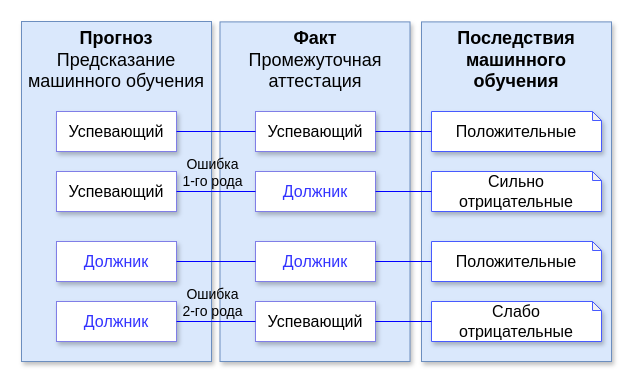
The draw.io diagram Этап Прогнозирования ТЭО 2.drawio in RuslanKudarov/diagrams, before the edit. Source tidied: cells renumbered, new cells numbered last; positions are measured from the earlier drawing's top-left corner, leaving out a move shared by most shapes. Both pictures are drawn from the tidied source at 100%, with x=0, y=0 at pixel (21, 21).
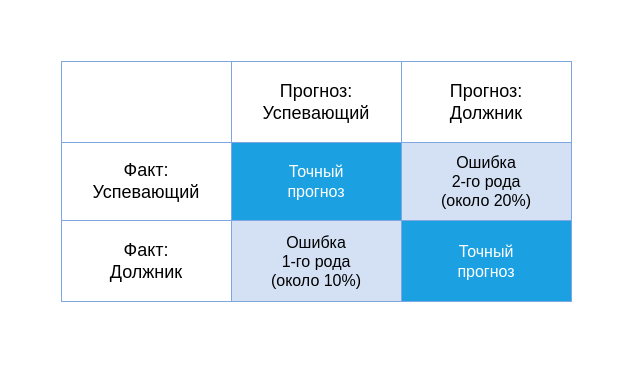
Above is the later version.

Diff of the diagram source:
```diff
@@
-    <mxCell id="2" value="&lt;font style=&quot;font-size: 18px;&quot; face=&quot;Calibri&quot;&gt;&lt;span style=&quot;&quot;&gt;&lt;b&gt;Факт&lt;/b&gt;&lt;br&gt;Промежуточная аттестация&lt;br&gt;&lt;/span&gt;&lt;/font&gt;" style="whiteSpace=wrap;html=1;fillColor=#dae8fc;fontSize=14;strokeColor=#6c8ebf;verticalAlign=top;shadow=1;" parent="1" vertex="1">
-      <mxGeometry x="198.5" y="0.4" width="190" height="339.6" as="geometry" />
-    </mxCell>
-    <mxCell id="3" value="&lt;font style=&quot;font-size: 18px;&quot; face=&quot;Calibri&quot;&gt;&lt;b&gt;Прогноз&lt;/b&gt;&lt;br&gt;Предсказание&lt;br&gt;машинного обучения&lt;br&gt;&lt;/font&gt;" style="whiteSpace=wrap;html=1;fillColor=#dae8fc;fontSize=14;strokeColor=#6c8ebf;verticalAlign=top;shadow=1;" parent="1" vertex="1">
-      <mxGeometry width="190" height="340" as="geometry" />
-    </mxCell>
-    <mxCell id="4" value="&lt;font style=&quot;font-size: 18px;&quot; face=&quot;Calibri&quot;&gt;&lt;span style=&quot;&quot;&gt;&lt;b&gt;Последствия машинного&lt;br&gt;обучения&lt;/b&gt;&lt;br&gt;&lt;/span&gt;&lt;/font&gt;" style="whiteSpace=wrap;html=1;fillColor=#dae8fc;fontSize=14;strokeColor=#6c8ebf;verticalAlign=top;shadow=1;" parent="1" vertex="1">
-      <mxGeometry x="400" y="0.4" width="190" height="339.6" as="geometry" />
-    </mxCell>
-    <mxCell id="5" value="&lt;font style=&quot;font-size: 16px;&quot; face=&quot;Calibri&quot;&gt;Должник&lt;/font&gt;" style="rounded=0;whiteSpace=wrap;html=1;strokeColor=#807ee7;shadow=1;fontColor=#3333FF;" parent="1" vertex="1">
-      <mxGeometry x="35" y="220" width="120" height="40" as="geometry" />
-    </mxCell>
-    <mxCell id="6" value="&lt;font style=&quot;font-size: 16px;&quot; face=&quot;Calibri&quot;&gt;Должник&lt;/font&gt;" style="rounded=0;whiteSpace=wrap;html=1;strokeColor=#807ee7;shadow=1;fontColor=#3333FF;" parent="1" vertex="1">
-      <mxGeometry x="234" y="220" width="120" height="40" as="geometry" />
-    </mxCell>
-    <mxCell id="7" value="&lt;font style=&quot;font-size: 16px;&quot; face=&quot;Calibri&quot;&gt;Должник&lt;/font&gt;" style="rounded=0;whiteSpace=wrap;html=1;strokeColor=#807ee7;glass=0;shadow=1;fontColor=#3333FF;" parent="1" vertex="1">
-      <mxGeometry x="35" y="280" width="120" height="40" as="geometry" />
-    </mxCell>
-    <mxCell id="8" value="&lt;font style=&quot;font-size: 16px;&quot; face=&quot;Calibri&quot;&gt;Успевающий&lt;/font&gt;" style="rounded=0;whiteSpace=wrap;html=1;strokeColor=#807ee7;shadow=1;" parent="1" vertex="1">
-      <mxGeometry x="234" y="280" width="120" height="40" as="geometry" />
-    </mxCell>
-    <mxCell id="9" value="&lt;font style=&quot;font-size: 16px;&quot; face=&quot;Calibri&quot;&gt;Успевающий&lt;/font&gt;" style="rounded=0;whiteSpace=wrap;html=1;strokeColor=#807ee7;shadow=1;" parent="1" vertex="1">
-      <mxGeometry x="35" y="90" width="120" height="40" as="geometry" />
-    </mxCell>
-    <mxCell id="10" value="&lt;font style=&quot;font-size: 16px;&quot; face=&quot;Calibri&quot;&gt;Успевающий&lt;/font&gt;" style="rounded=0;whiteSpace=wrap;html=1;strokeColor=#807ee7;shadow=1;" parent="1" vertex="1">
-      <mxGeometry x="234" y="90" width="120" height="40" as="geometry" />
-    </mxCell>
-    <mxCell id="11" value="&lt;font style=&quot;font-size: 16px;&quot; face=&quot;Calibri&quot;&gt;Успевающий&lt;/font&gt;" style="rounded=0;whiteSpace=wrap;html=1;strokeColor=#807ee7;shadow=1;" parent="1" vertex="1">
-      <mxGeometry x="35" y="150" width="120" height="40" as="geometry" />
-    </mxCell>
-    <mxCell id="12" value="&lt;font style=&quot;font-size: 16px;&quot; face=&quot;Calibri&quot;&gt;Должник&lt;/font&gt;" style="rounded=0;whiteSpace=wrap;html=1;strokeColor=#807ee7;shadow=1;fontColor=#3333FF;" parent="1" vertex="1">
-      <mxGeometry x="234" y="150" width="120" height="40" as="geometry" />
-    </mxCell>
-    <mxCell id="13" value="&lt;font face=&quot;Calibri&quot; color=&quot;#000000&quot;&gt;&lt;span style=&quot;font-size: 16px;&quot;&gt;Положительные&lt;/span&gt;&lt;/font&gt;" style="shape=note;whiteSpace=wrap;html=1;backgroundOutline=1;darkOpacity=0.05;strokeColor=#475AFF;shadow=1;size=9;fontColor=#4D5EFF;" parent="1" vertex="1">
-      <mxGeometry x="410" y="220" width="170" height="40" as="geometry" />
-    </mxCell>
-    <mxCell id="14" value="&lt;font style=&quot;font-size: 16px;&quot; face=&quot;Calibri&quot;&gt;Положительные&lt;br&gt;&lt;/font&gt;" style="shape=note;whiteSpace=wrap;html=1;backgroundOutline=1;darkOpacity=0.05;strokeColor=#475AFF;shadow=1;size=9;" parent="1" vertex="1">
-      <mxGeometry x="410" y="90" width="170" height="40" as="geometry" />
-    </mxCell>
-    <mxCell id="15" value="&lt;font face=&quot;Calibri&quot;&gt;&lt;span style=&quot;font-size: 16px;&quot;&gt;Слабо&lt;br&gt;отрицательные&lt;br&gt;&lt;/span&gt;&lt;/font&gt;" style="shape=note;whiteSpace=wrap;html=1;backgroundOutline=1;darkOpacity=0.05;strokeColor=#475AFF;shadow=1;size=9;gradientColor=none;" parent="1" vertex="1">
-      <mxGeometry x="410" y="280" width="170" height="40" as="geometry" />
-    </mxCell>
-    <mxCell id="16" value="&lt;font style=&quot;font-size: 16px;&quot; face=&quot;Calibri&quot;&gt;Сильно&lt;br&gt;отрицательные&lt;br&gt;&lt;/font&gt;" style="shape=note;whiteSpace=wrap;html=1;backgroundOutline=1;darkOpacity=0.05;strokeColor=#475AFF;shadow=1;size=9;" parent="1" vertex="1">
-      <mxGeometry x="410" y="150" width="170" height="40" as="geometry" />
-    </mxCell>
-    <mxCell id="17" style="endArrow=none;html=1;rounded=0;entryX=0;entryY=0.5;entryDx=0;entryDy=0;entryPerimeter=0;exitX=1;exitY=0.5;exitDx=0;exitDy=0;strokeColor=#0000FF;" parent="1" edge="1" source="6" target="13">
-      <mxGeometry relative="1" as="geometry" />
-    </mxCell>
-    <mxCell id="18" style="endArrow=none;html=1;rounded=0;entryX=0;entryY=0.5;entryDx=0;entryDy=0;entryPerimeter=0;exitX=1;exitY=0.5;exitDx=0;exitDy=0;strokeColor=#0000FF;" parent="1" edge="1" source="8" target="15">
-      <mxGeometry relative="1" as="geometry" />
-    </mxCell>
-    <mxCell id="19" style="endArrow=none;html=1;rounded=0;entryX=0;entryY=0.5;entryDx=0;entryDy=0;entryPerimeter=0;exitX=1;exitY=0.5;exitDx=0;exitDy=0;strokeColor=#0000FF;" parent="1" edge="1" source="10" target="14">
-      <mxGeometry relative="1" as="geometry" />
-    </mxCell>
-    <mxCell id="20" style="endArrow=none;html=1;rounded=0;exitX=1;exitY=0.5;exitDx=0;exitDy=0;strokeColor=#0000FF;" parent="1" edge="1" source="12" target="16">
-      <mxGeometry relative="1" as="geometry" />
-    </mxCell>
-    <mxCell id="21" style="endArrow=none;html=1;rounded=0;entryX=0;entryY=0.5;entryDx=0;entryDy=0;exitX=1;exitY=0.5;exitDx=0;exitDy=0;strokeColor=#0000FF;" parent="1" edge="1" source="5" target="6">
-      <mxGeometry relative="1" as="geometry" />
-    </mxCell>
-    <mxCell id="22" style="endArrow=none;html=1;rounded=0;entryX=0;entryY=0.5;entryDx=0;entryDy=0;exitX=1;exitY=0.5;exitDx=0;exitDy=0;strokeColor=#0000FF;" parent="1" edge="1" source="7" target="8">
-      <mxGeometry relative="1" as="geometry" />
-    </mxCell>
-    <mxCell id="23" value="Ошибка&lt;br style=&quot;font-size: 14px;&quot;&gt;2-го рода" style="edgeLabel;html=1;align=center;verticalAlign=middle;labelBackgroundColor=none;fontFamily=Calibri;fontSize=14;" parent="22" vertex="1">
-      <mxGeometry x="0.01" y="-3" relative="1" as="geometry">
-        <mxPoint x="-5" y="-23" as="offset" />
-      </mxGeometry>
-    </mxCell>
-    <mxCell id="24" style="endArrow=none;html=1;rounded=0;entryX=0;entryY=0.5;entryDx=0;entryDy=0;exitX=1;exitY=0.5;exitDx=0;exitDy=0;strokeColor=#0000FF;" parent="1" edge="1" source="9" target="10">
-      <mxGeometry relative="1" as="geometry" />
-    </mxCell>
-    <mxCell id="25" style="endArrow=none;html=1;rounded=0;entryX=0;entryY=0.5;entryDx=0;entryDy=0;exitX=1;exitY=0.5;exitDx=0;exitDy=0;strokeColor=#0000FF;" parent="1" edge="1" source="11" target="12">
-      <mxGeometry relative="1" as="geometry" />
-    </mxCell>
-    <mxCell id="26" value="Ошибка&lt;br style=&quot;font-size: 14px;&quot;&gt;1-го рода" style="edgeLabel;html=1;align=center;verticalAlign=middle;labelBackgroundColor=none;fontFamily=Calibri;fontSize=14;" parent="25" vertex="1">
-      <mxGeometry x="0.04" relative="1" as="geometry">
-        <mxPoint x="-6" y="-20" as="offset" />
-      </mxGeometry>
-    </mxCell>
+    <mxCell id="27" style="childLayout=tableLayout;shadow=0;fillColor=none;fontFamily=Calibri;fontSize=18;strokeColor=#7EA6E0;" parent="1" vertex="1">
+      <mxGeometry x="40" y="40" width="510" height="240" as="geometry" />
+    </mxCell>
+    <mxCell id="28" style="shape=tableRow;horizontal=0;startSize=0;swimlaneHead=0;swimlaneBody=0;top=0;left=0;bottom=0;right=0;fontStyle=0;fillColor=none;strokeColor=inherit;" parent="27" vertex="1">
+      <mxGeometry width="510" height="81" as="geometry" />
+    </mxCell>
+    <mxCell id="29" style="strokeColor=inherit;fillColor=none;align=center;whiteSpace=wrap;html=1;" parent="28" vertex="1">
+      <mxGeometry width="170" height="81" as="geometry" />
+    </mxCell>
+    <mxCell id="30" value="Прогноз:&lt;br style=&quot;font-size: 18px;&quot;&gt;Успевающий" style="strokeColor=inherit;fillColor=none;align=center;whiteSpace=wrap;html=1;fontFamily=Calibri;fontSize=18;" parent="28" vertex="1">
+      <mxGeometry x="170" width="170" height="81" as="geometry" />
+    </mxCell>
+    <mxCell id="31" value="&lt;font style=&quot;font-size: 18px;&quot; face=&quot;Calibri&quot;&gt;Прогноз:&lt;br&gt;Должник&lt;/font&gt;" style="strokeColor=inherit;fillColor=none;align=center;whiteSpace=wrap;html=1;" parent="28" vertex="1">
+      <mxGeometry x="340" width="170" height="81" as="geometry" />
+    </mxCell>
+    <mxCell id="32" style="shape=tableRow;horizontal=0;startSize=0;swimlaneHead=0;swimlaneBody=0;top=0;left=0;bottom=0;right=0;fontStyle=0;fillColor=none;strokeColor=inherit;" parent="27" vertex="1">
+      <mxGeometry y="81" width="510" height="78" as="geometry" />
+    </mxCell>
+    <mxCell id="33" value="&lt;font style=&quot;font-size: 18px;&quot; face=&quot;Calibri&quot;&gt;Факт:&lt;br&gt;Успевающий&lt;/font&gt;" style="strokeColor=inherit;fillColor=none;align=center;whiteSpace=wrap;html=1;" parent="32" vertex="1">
+      <mxGeometry width="170" height="78" as="geometry" />
+    </mxCell>
+    <mxCell id="34" value="&lt;font style=&quot;font-size: 16px;&quot; face=&quot;Calibri&quot;&gt;Точный&lt;br&gt;прогноз&lt;/font&gt;" style="strokeColor=inherit;fillColor=#1ba1e2;align=center;whiteSpace=wrap;html=1;fontColor=#ffffff;" parent="32" vertex="1">
+      <mxGeometry x="170" width="170" height="78" as="geometry" />
+    </mxCell>
+    <mxCell id="35" value="&lt;font style=&quot;font-size: 16px;&quot; face=&quot;Calibri&quot;&gt;Ошибка&lt;br&gt;2-го рода&lt;br&gt;(около 20%)&lt;/font&gt;" style="strokeColor=inherit;fillColor=#D4E1F5;align=center;whiteSpace=wrap;html=1;labelBackgroundColor=none;" parent="32" vertex="1">
+      <mxGeometry x="340" width="170" height="78" as="geometry" />
+    </mxCell>
+    <mxCell id="36" style="shape=tableRow;horizontal=0;startSize=0;swimlaneHead=0;swimlaneBody=0;top=0;left=0;bottom=0;right=0;fontStyle=0;fillColor=none;strokeColor=inherit;" parent="27" vertex="1">
+      <mxGeometry y="159" width="510" height="81" as="geometry" />
+    </mxCell>
+    <mxCell id="37" value="&lt;font style=&quot;font-size: 18px;&quot; face=&quot;Calibri&quot;&gt;Факт:&lt;br&gt;Должник&lt;/font&gt;" style="strokeColor=inherit;fillColor=none;align=center;whiteSpace=wrap;html=1;" parent="36" vertex="1">
+      <mxGeometry width="170" height="81" as="geometry" />
+    </mxCell>
+    <mxCell id="38" value="&lt;font style=&quot;font-size: 16px;&quot; face=&quot;Calibri&quot;&gt;Ошибка&lt;br&gt;1-го рода&lt;br&gt;(около 10%)&lt;/font&gt;" style="strokeColor=inherit;fillColor=#D4E1F5;align=center;whiteSpace=wrap;html=1;labelBackgroundColor=none;" parent="36" vertex="1">
+      <mxGeometry x="170" width="170" height="81" as="geometry" />
+    </mxCell>
+    <mxCell id="39" value="&lt;font style=&quot;font-size: 16px;&quot; face=&quot;Calibri&quot;&gt;Точный&lt;br&gt;прогноз&lt;/font&gt;" style="strokeColor=inherit;fillColor=#1ba1e2;align=center;whiteSpace=wrap;html=1;labelBackgroundColor=none;fontColor=#ffffff;" parent="36" vertex="1">
+      <mxGeometry x="340" width="170" height="81" as="geometry" />
+    </mxCell>
```
